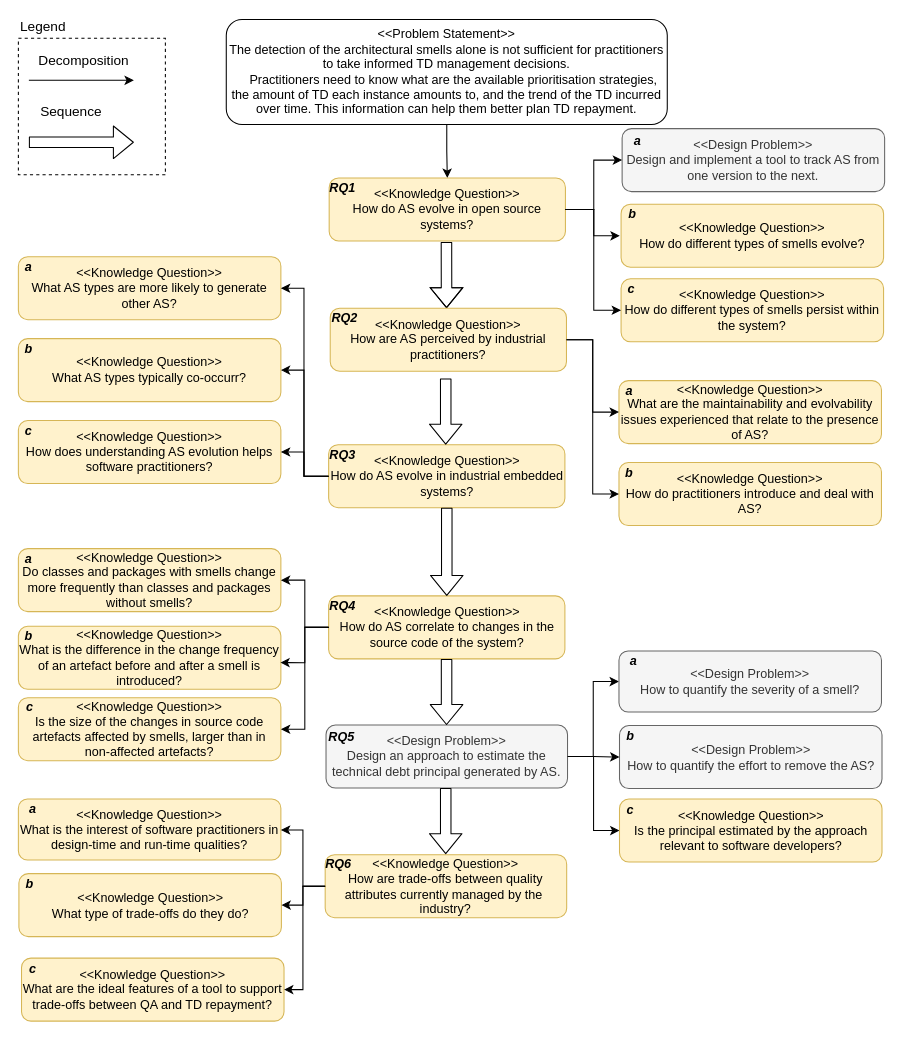
Earlier version of the draw.io diagram Figures/c1/problem-decomposition.drawio (darius-sas/phd-dissertation). Source tidied: cells renumbered, new cells numbered last; positions are measured from the earlier drawing's top-left corner, leaving out a move shared by most shapes. Both pictures are drawn from the tidied source at 105%, with x=0, y=0 at pixel (18, 19).
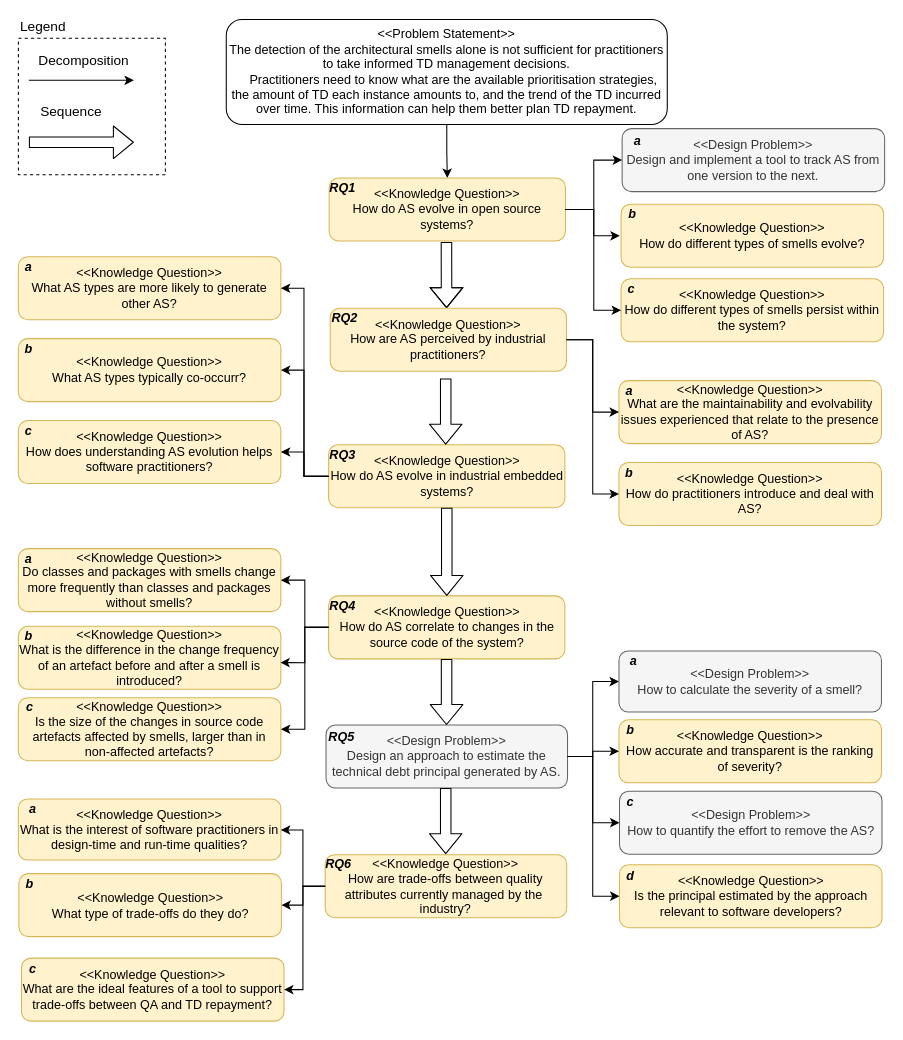
Above is the later version.

Unchanged cells that the change refers to:
```xml
<mxCell id="21" value="&lt;div&gt;&amp;lt;&amp;lt;Design Problem&amp;gt;&amp;gt;&lt;/div&gt;&lt;div&gt;Design an approach to estimate the technical debt principal generated by AS.&lt;br&gt;&lt;/div&gt;" style="rounded=1;whiteSpace=wrap;html=1;fillColor=#f5f5f5;strokeColor=#666666;fontColor=#333333;flipV=1;flipH=1;" parent="20" vertex="1">
  <mxGeometry x="0.8" width="230" height="60" as="geometry" />
</mxCell>
<mxCell id="41" value="&lt;div&gt;&amp;lt;&amp;lt;Knowledge Question&amp;gt;&amp;gt;&lt;/div&gt;&lt;div&gt;Is the principal estimated by the approach relevant to software developers?&lt;/div&gt;" style="rounded=1;whiteSpace=wrap;html=1;fillColor=#fff2cc;strokeColor=#d6b656;flipV=1;flipH=1;" parent="40" vertex="1">
  <mxGeometry width="250" height="60" as="geometry" />
</mxCell>
<mxCell id="44" value="&amp;lt;&amp;lt;Design Problem&amp;gt;&amp;gt;&lt;br&gt;How to quantify the effort to remove the AS?" style="rounded=1;whiteSpace=wrap;html=1;fillColor=#f5f5f5;strokeColor=#666666;fontColor=#333333;" parent="43" vertex="1">
  <mxGeometry width="250" height="60" as="geometry" />
</mxCell>
<mxCell id="48" style="group;" parent="47" vertex="1">
  <mxGeometry width="250" height="58.1" as="geometry" />
</mxCell>
```

Diff of the diagram source:
```diff
@@
     <mxCell id="14" style="edgeStyle=orthogonalEdgeStyle;rounded=0;html=1;jettySize=auto;exitX=1;exitY=0.5;entryX=0;entryY=0.5;entryDx=0;entryDy=0;exitDx=0;exitDy=0;" parent="1" edge="1" source="21" target="49">
-      <mxGeometry relative="1" as="geometry" />
+      <mxGeometry relative="1" as="geometry">
+        <Array as="points">
+          <mxPoint x="547" y="702" />
+          <mxPoint x="547" y="630" />
+        </Array>
+      </mxGeometry>
     </mxCell>
     <mxCell id="15" style="edgeStyle=orthogonalEdgeStyle;rounded=0;html=1;jettySize=auto;entryX=0;entryY=0.5;entryDx=0;entryDy=0;exitX=1;exitY=0.5;exitDx=0;exitDy=0;" parent="1" edge="1" source="21" target="41">
-      <mxGeometry relative="1" as="geometry" />
+      <mxGeometry relative="1" as="geometry">
+        <Array as="points">
+          <mxPoint x="547" y="702" />
+          <mxPoint x="547" y="835" />
+        </Array>
+      </mxGeometry>
     </mxCell>
@@
     <mxCell id="40" style="group;" parent="1" vertex="1">
-      <mxGeometry x="572.5" y="742.5" width="250" height="60" as="geometry" />
+      <mxGeometry x="572.5" y="805" width="250" height="60" as="geometry" />
     </mxCell>
@@
-    <mxCell id="42" value="c" style="text;html=1;strokeColor=none;fillColor=none;align=center;verticalAlign=middle;whiteSpace=wrap;rounded=0;fontStyle=3;" parent="40" vertex="1">
+    <mxCell id="42" value="d" style="text;html=1;strokeColor=none;fillColor=none;align=center;verticalAlign=middle;whiteSpace=wrap;rounded=0;fontStyle=3;" parent="40" vertex="1">
       <mxGeometry x="0.5" y="0.5" width="20" height="20" as="geometry" />
     </mxCell>
     <mxCell id="43" style="group;" parent="1" vertex="1">
-      <mxGeometry x="572.5" y="672.5" width="250" height="60" as="geometry" />
+      <mxGeometry x="572.5" y="735" width="250" height="60" as="geometry" />
     </mxCell>
@@
-    <mxCell id="45" value="b" style="text;html=1;strokeColor=none;fillColor=none;align=center;verticalAlign=middle;whiteSpace=wrap;rounded=0;fontStyle=3;" parent="43" vertex="1">
+    <mxCell id="45" value="c" style="text;html=1;strokeColor=none;fillColor=none;align=center;verticalAlign=middle;whiteSpace=wrap;rounded=0;fontStyle=3;" parent="43" vertex="1">
       <mxGeometry x="0.5" y="0.5" width="19.9" height="20" as="geometry" />
     </mxCell>
@@
-    <mxCell id="49" value="&amp;lt;&amp;lt;Design Problem&amp;gt;&amp;gt;&lt;br&gt;&lt;div&gt;&lt;div&gt;&lt;span&gt;How to quantify the severity of a smell?&lt;/span&gt;&lt;/div&gt;&lt;/div&gt;" style="rounded=1;whiteSpace=wrap;html=1;fillColor=#f5f5f5;strokeColor=#666666;flipV=1;flipH=1;fontColor=#333333;" parent="48" vertex="1">
+    <mxCell id="49" value="&amp;lt;&amp;lt;Design Problem&amp;gt;&amp;gt;&lt;br&gt;&lt;div&gt;&lt;div&gt;&lt;span&gt;How to calculate the severity of a smell?&lt;/span&gt;&lt;/div&gt;&lt;/div&gt;" style="rounded=1;whiteSpace=wrap;html=1;fillColor=#f5f5f5;strokeColor=#666666;flipV=1;flipH=1;fontColor=#333333;" parent="48" vertex="1">
       <mxGeometry y="-1.9" width="250" height="58.1" as="geometry" />
     </mxCell>
@@
     <mxCell id="51" style="edgeStyle=orthogonalEdgeStyle;rounded=0;jettySize=auto;html=1;entryX=0;entryY=0.5;entryDx=0;entryDy=0;" parent="1" edge="1" source="21" target="44">
-      <mxGeometry relative="1" as="geometry" />
+      <mxGeometry relative="1" as="geometry">
+        <Array as="points">
+          <mxPoint x="547" y="702" />
+          <mxPoint x="547" y="765" />
+        </Array>
+      </mxGeometry>
     </mxCell>
@@
+    <mxCell id="106" value="&lt;div&gt;&amp;lt;&amp;lt;Knowledge Question&amp;gt;&amp;gt;&lt;/div&gt;&lt;div&gt;How accurate and transparent is the ranking of severity?&lt;/div&gt;" style="rounded=1;whiteSpace=wrap;html=1;fillColor=#fff2cc;strokeColor=#d6b656;flipV=1;flipH=1;" parent="1" vertex="1">
+      <mxGeometry x="572" y="667" width="250" height="60" as="geometry" />
+    </mxCell>
+    <mxCell id="107" value="b" style="text;html=1;strokeColor=none;fillColor=none;align=center;verticalAlign=middle;whiteSpace=wrap;rounded=0;fontStyle=3;" parent="1" vertex="1">
+      <mxGeometry x="572.5" y="667" width="19.9" height="20" as="geometry" />
+    </mxCell>
+    <mxCell id="108" style="edgeStyle=orthogonalEdgeStyle;rounded=0;jettySize=auto;html=1;entryX=0;entryY=0.5;entryDx=0;entryDy=0;" parent="1" edge="1" source="21" target="106">
+      <mxGeometry relative="1" as="geometry">
+        <Array as="points">
+          <mxPoint x="547" y="702" />
+          <mxPoint x="547" y="697" />
+        </Array>
+      </mxGeometry>
+    </mxCell>
```
